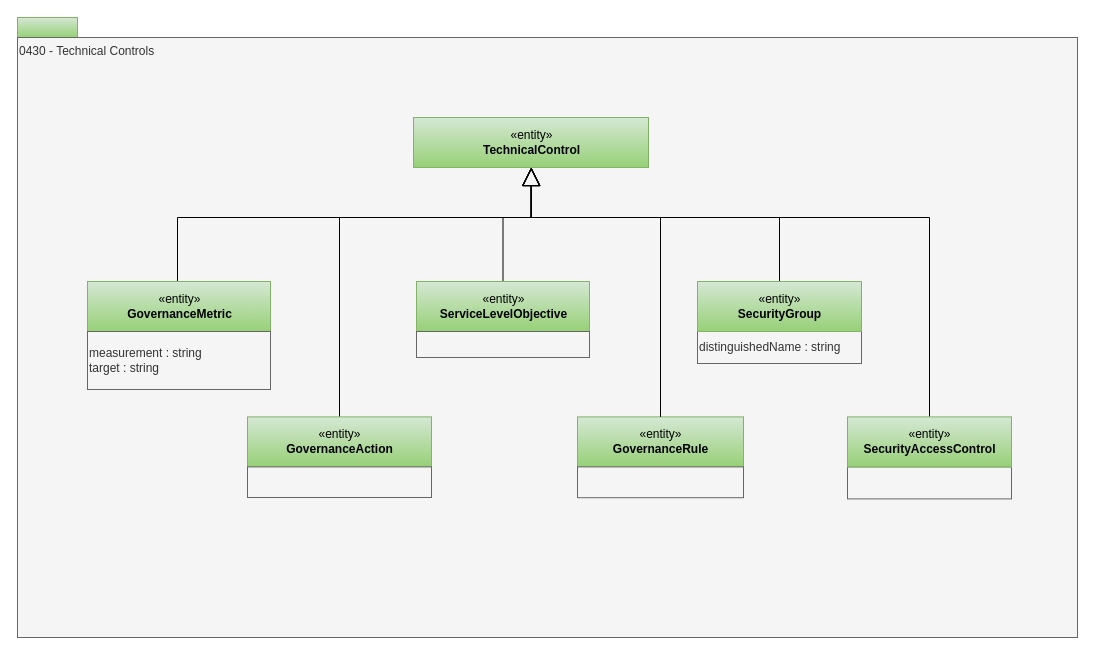
Above: page "0430-Technical-Controls" (11 of 29) of site/docs/types/4/area-4-governance.drawio in odpi/egeria-docs (draw.io), before the change. Source tidied: cells renumbered, new cells numbered last; positions are measured from the earlier drawing's top-left corner, leaving out a move shared by most shapes. Both pictures are drawn from the tidied source at 100%, with x=0, y=0 at pixel (17, 17).
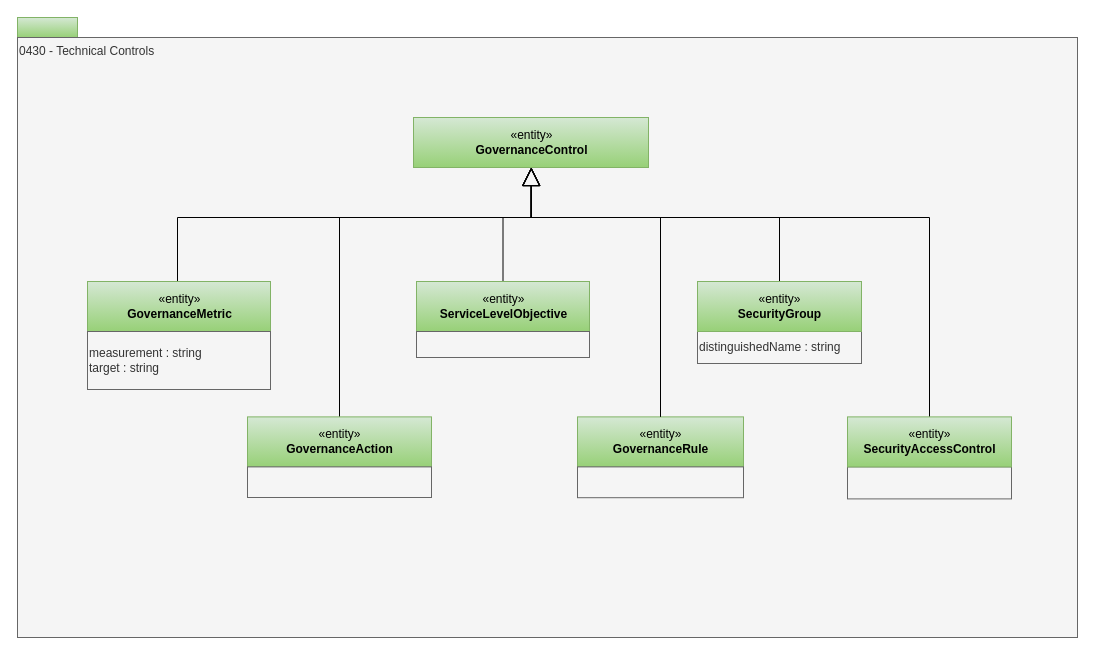
After the change.

What changed in the source:
```diff
@@
-    <mxCell id="4" value="«entity»&lt;br&gt;&lt;b&gt;TechnicalControl&lt;/b&gt;" style="html=1;strokeColor=#82b366;align=center;fillColor=#d5e8d4;gradientColor=#97d077;" parent="1" vertex="1">
+    <mxCell id="4" value="«entity»&lt;br&gt;&lt;b&gt;GovernanceControl&lt;/b&gt;" style="html=1;strokeColor=#82b366;align=center;fillColor=#d5e8d4;gradientColor=#97d077;" parent="1" vertex="1">
       <mxGeometry x="396" y="100" width="235" height="50" as="geometry" />
     </mxCell>
```
